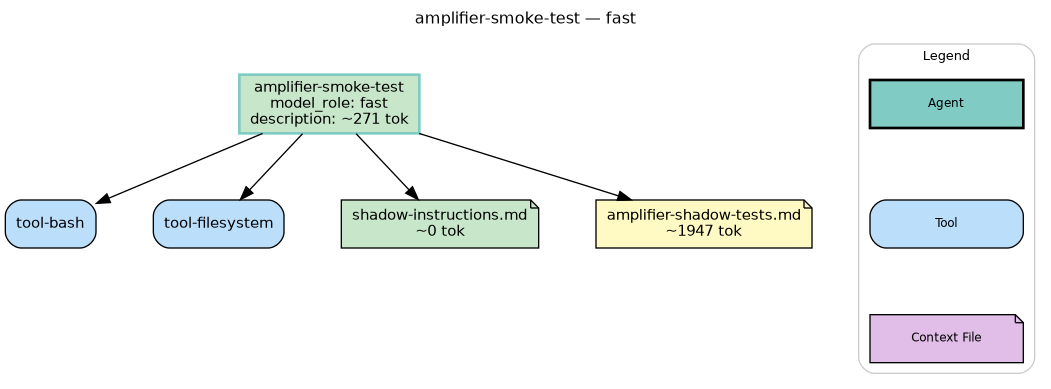
Earlier version of the Graphviz export agents/amplifier-smoke-test.png (microsoft/amplifier-foundation). Its source is kept beside it as agents/amplifier-smoke-test.dot. The source it was exported from:
```dot
digraph amplifier_smoke_test {
    rankdir=TB
    fontname="Helvetica"
    fontsize=12
    label="amplifier-smoke-test — fast"
    labelloc=t
    labeljust=c
    nodesep=0.6
    ranksep=0.7
    bgcolor="white"
    source_hash="0dd56b20ee6a9ccfa97c55ff0effff7f90495ed922de579360f581d46401bc72"

    node [fontname="Helvetica", fontsize=11, style="filled,rounded"]
    edge [fontname="Helvetica", fontsize=9]

    agent [label="amplifier-smoke-test\nmodel_role: fast\ndescription: ~271 tok", shape=box, fillcolor="#c8e6c9", style="filled,bold", color="#80cbc4"]
    tool_tool_bash [label="tool-bash", shape=box, fillcolor="#bbdefb", style="filled,rounded"]
    tool_tool_filesystem [label="tool-filesystem", shape=box, fillcolor="#bbdefb", style="filled,rounded"]
    ctx_shadow_context_shadow_instructions_md [label="shadow-instructions.md\n~0 tok", shape=note, fillcolor="#c8e6c9", style="filled"]
    ctx_foundation_context_amplifier_shadow_tests_md [label="amplifier-shadow-tests.md\n~1947 tok", shape=note, fillcolor="#fff9c4", style="filled"]

    agent -> tool_tool_bash
    agent -> tool_tool_filesystem
    agent -> ctx_shadow_context_shadow_instructions_md
    agent -> ctx_foundation_context_amplifier_shadow_tests_md

    subgraph cluster_legend {
        label="Legend"
        style="filled,rounded"
        fillcolor="white"
        color="#cccccc"
        fontsize=10
        node [shape=box, fontsize=9, width=1.6]
        leg_agent [label="Agent", shape=box, fillcolor="#80cbc4", style="filled,bold"]
        leg_tool [label="Tool", shape=box, fillcolor="#bbdefb", style="filled,rounded"]
        leg_ctx [label="Context File", shape=note, fillcolor="#e1bee7", style="filled,rounded"]
        leg_agent -> leg_tool -> leg_ctx [style=invis]
    }
}
```
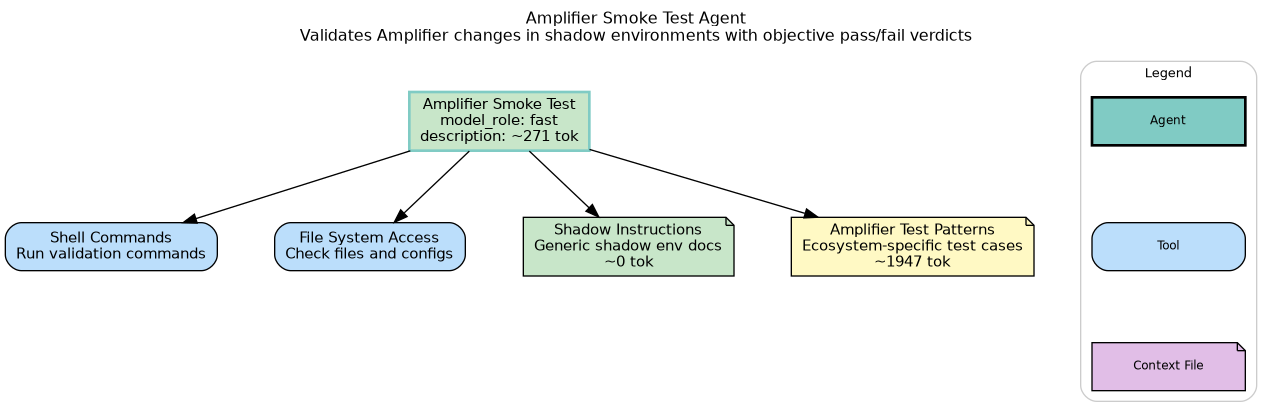
The same diagram one commit later.

What changed in the source:
```diff
@@ -2,7 +2,7 @@
     rankdir=TB
     fontname="Helvetica"
     fontsize=12
-    label="amplifier-smoke-test — fast"
+    label="Amplifier Smoke Test Agent\nValidates Amplifier changes in shadow environments with objective pass/fail verdicts"
     labelloc=t
     labeljust=c
     nodesep=0.6
@@ -13,11 +13,11 @@
     node [fontname="Helvetica", fontsize=11, style="filled,rounded"]
     edge [fontname="Helvetica", fontsize=9]
 
-    agent [label="amplifier-smoke-test\nmodel_role: fast\ndescription: ~271 tok", shape=box, fillcolor="#c8e6c9", style="filled,bold", color="#80cbc4"]
-    tool_tool_bash [label="tool-bash", shape=box, fillcolor="#bbdefb", style="filled,rounded"]
-    tool_tool_filesystem [label="tool-filesystem", shape=box, fillcolor="#bbdefb", style="filled,rounded"]
-    ctx_shadow_context_shadow_instructions_md [label="shadow-instructions.md\n~0 tok", shape=note, fillcolor="#c8e6c9", style="filled"]
-    ctx_foundation_context_amplifier_shadow_tests_md [label="amplifier-shadow-tests.md\n~1947 tok", shape=note, fillcolor="#fff9c4", style="filled"]
+    agent [label="Amplifier Smoke Test\nmodel_role: fast\ndescription: ~271 tok", shape=box, fillcolor="#c8e6c9", style="filled,bold", color="#80cbc4"]
+    tool_tool_bash [label="Shell Commands\nRun validation commands", shape=box, fillcolor="#bbdefb", style="filled,rounded"]
+    tool_tool_filesystem [label="File System Access\nCheck files and configs", shape=box, fillcolor="#bbdefb", style="filled,rounded"]
+    ctx_shadow_context_shadow_instructions_md [label="Shadow Instructions\nGeneric shadow env docs\n~0 tok", shape=note, fillcolor="#c8e6c9", style="filled"]
+    ctx_foundation_context_amplifier_shadow_tests_md [label="Amplifier Test Patterns\nEcosystem-specific test cases\n~1947 tok", shape=note, fillcolor="#fff9c4", style="filled"]
 
     agent -> tool_tool_bash
     agent -> tool_tool_filesystem
```
